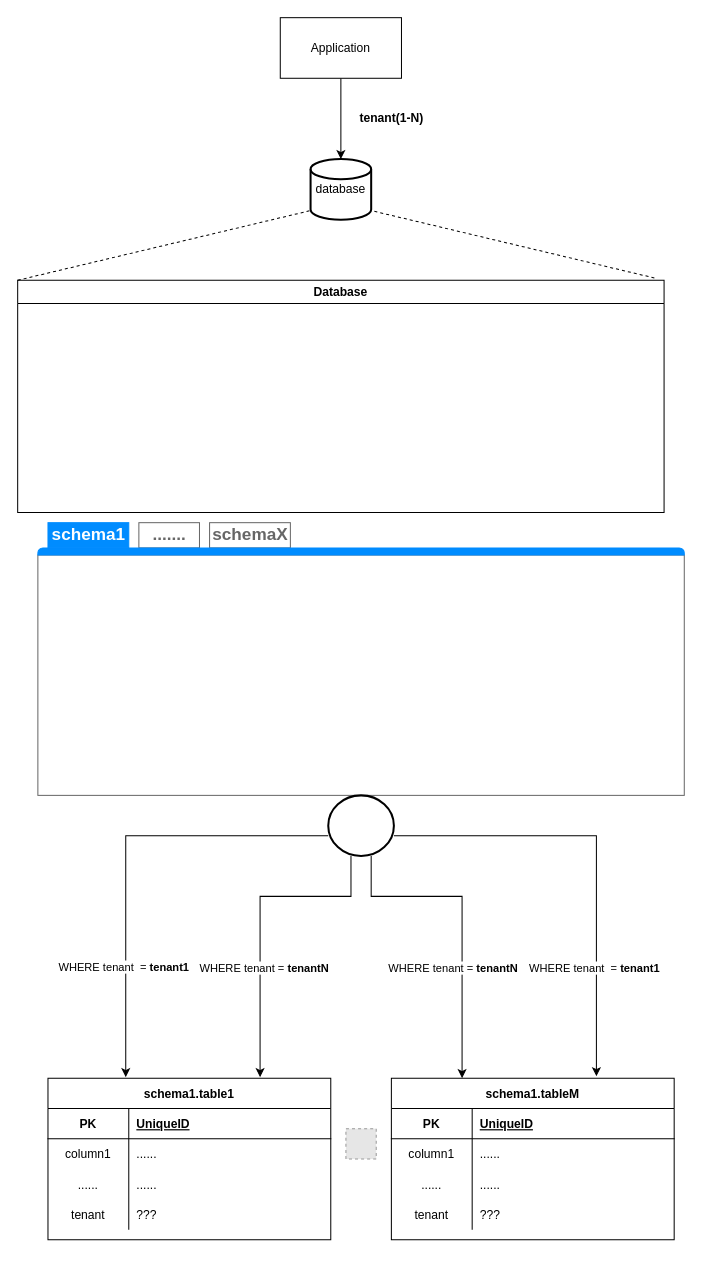
starnowski/posmulten keeps this draw.io diagram as doc/Shared_schema.drawio. Above is the earlier version. Source tidied: cells renumbered, new cells numbered last; positions are measured from the earlier drawing's top-left corner, leaving out a move shared by most shapes. Both pictures are drawn from the tidied source at 101%, with x=0, y=0 at pixel (17, 17). Pictures stored in the file or linked from it are replaced by grey dashed boxes.
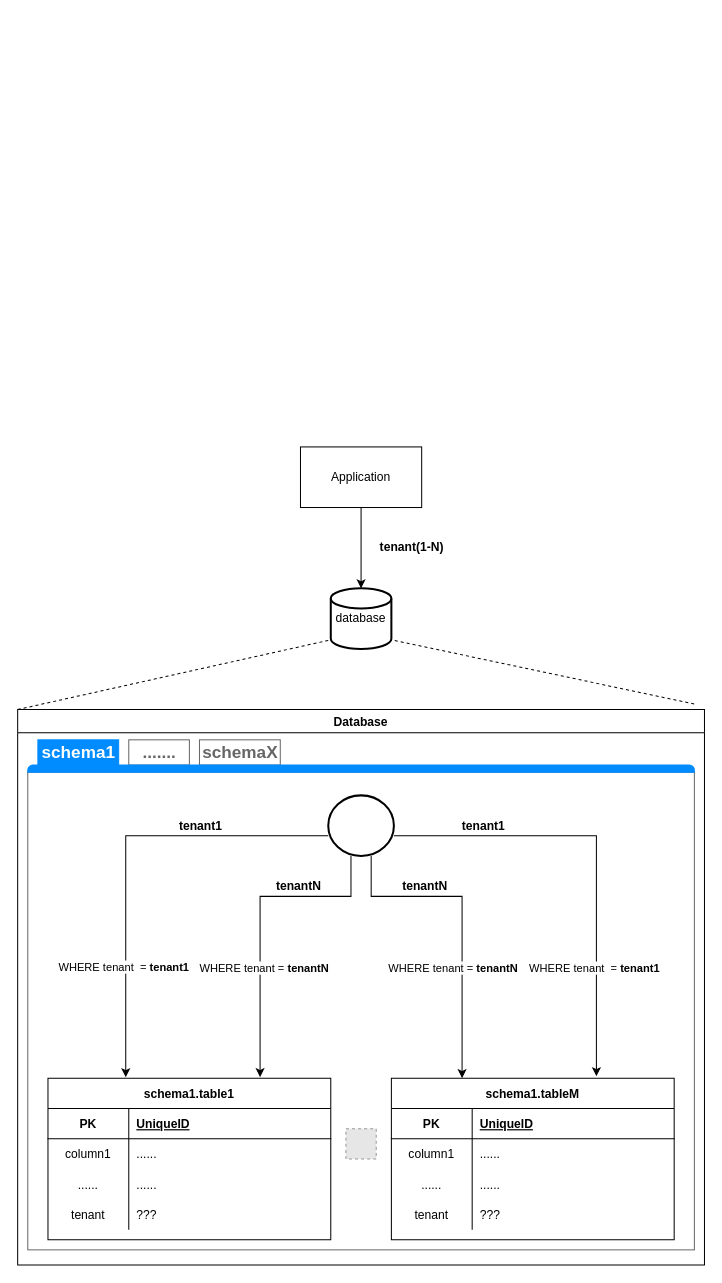
The same page after the edit.

Commit message:
#133 - Added diagram for the shared schema strategy. [skip travis]

Unchanged cells that the change refers to:
```xml
<mxCell id="27" style="edgeStyle=orthogonalEdgeStyle;rounded=0;jettySize=auto;html=1;entryX=0.275;entryY=-0.006;entryDx=0;entryDy=0;entryPerimeter=0;" parent="1" edge="1" source="33" target="14">
  <mxGeometry relative="1" as="geometry">
    <Array as="points">
      <mxPoint x="107" y="810" />
    </Array>
  </mxGeometry>
</mxCell>
```

Change to the diagram source:
```diff
@@
     <mxCell id="3" value="&lt;div&gt;Application&lt;/div&gt;" style="rounded=0;whiteSpace=wrap;html=1;" parent="1" vertex="1">
-      <mxGeometry x="260" width="120" height="60" as="geometry" />
+      <mxGeometry x="280" y="425" width="120" height="60" as="geometry" />
     </mxCell>
     <mxCell id="4" value="database" style="strokeWidth=2;html=1;shape=mxgraph.flowchart.database;whiteSpace=wrap;" parent="1" vertex="1">
-      <mxGeometry x="290" y="140" width="60" height="60" as="geometry" />
+      <mxGeometry x="310" y="565" width="60" height="60" as="geometry" />
     </mxCell>
     <mxCell id="5" value="Database" style="swimlane;" parent="1" vertex="1">
-      <mxGeometry y="260" width="640" height="230" as="geometry" />
+      <mxGeometry y="685" width="680" height="550" as="geometry" />
     </mxCell>
@@
     <mxCell id="8" value="&lt;b&gt;tenant(1-N)&lt;/b&gt;" style="text;html=1;align=center;verticalAlign=middle;" parent="1" vertex="1">
-      <mxGeometry x="330" y="90" width="80" height="20" as="geometry" />
+      <mxGeometry x="350" y="515" width="80" height="20" as="geometry" />
     </mxCell>
     <mxCell id="9" style="strokeWidth=1;shadow=0;dashed=0;align=center;html=1;shape=mxgraph.mockup.containers.marginRect2;rectMarginTop=32;strokeColor=#666666;gradientColor=none;labelBackgroundColor=none;" parent="1" vertex="1">
-      <mxGeometry x="20" y="500" width="640" height="270" as="geometry" />
+      <mxGeometry x="10" y="715" width="660" height="505" as="geometry" />
     </mxCell>
@@
     <mxCell id="13" style="strokeWidth=1;shadow=0;dashed=0;align=center;html=1;shape=mxgraph.mockup.containers.topButton;rSize=5;strokeColor=#008cff;fillColor=#008cff;gradientColor=none;" parent="9" vertex="1">
-      <mxGeometry width="640" height="7" relative="1" as="geometry">
+      <mxGeometry width="660" height="7" relative="1" as="geometry">
         <mxPoint y="25" as="offset" />
       </mxGeometry>
     </mxCell>
@@
+    <mxCell id="50" value="&lt;b style=&quot;font-size: 12px;&quot;&gt;tenant1&lt;/b&gt;" style="edgeLabel;html=1;align=center;verticalAlign=middle;fontSize=12;" parent="27" vertex="1">
+      <mxGeometry x="-0.42" y="4" relative="1" as="geometry">
+        <mxPoint y="-14" as="offset" />
+      </mxGeometry>
+    </mxCell>
@@
+    <mxCell id="51" value="&lt;b&gt;tenantN&lt;/b&gt;" style="text;html=1;align=center;verticalAlign=middle;" parent="1" vertex="1">
+      <mxGeometry x="247.5" y="850" width="60" height="20" as="geometry" />
+    </mxCell>
+    <mxCell id="52" value="&lt;b style=&quot;font-size: 12px;&quot;&gt;tenant1&lt;/b&gt;" style="edgeLabel;html=1;align=center;verticalAlign=middle;fontSize=12;" parent="1" vertex="1">
+      <mxGeometry x="460" y="800" as="geometry" />
+    </mxCell>
+    <mxCell id="53" value="&lt;b&gt;tenantN&lt;/b&gt;" style="text;html=1;align=center;verticalAlign=middle;" parent="1" vertex="1">
+      <mxGeometry x="372.5" y="850" width="60" height="20" as="geometry" />
+    </mxCell>
```
